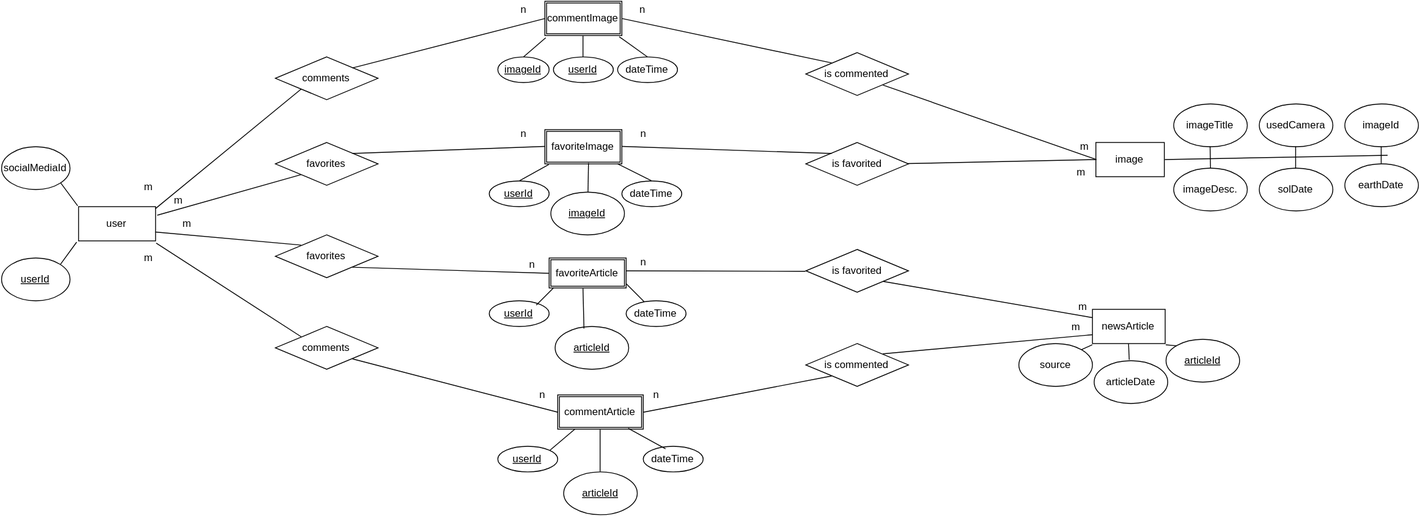
jordanv215/team-curiosity keeps this draw.io diagram as epic/media/entity-relationship-diagram.svg. Above is the earlier version. Source tidied: cells renumbered, new cells last; positions are measured from the earlier drawing's top-left corner, leaving out a move shared by most shapes.
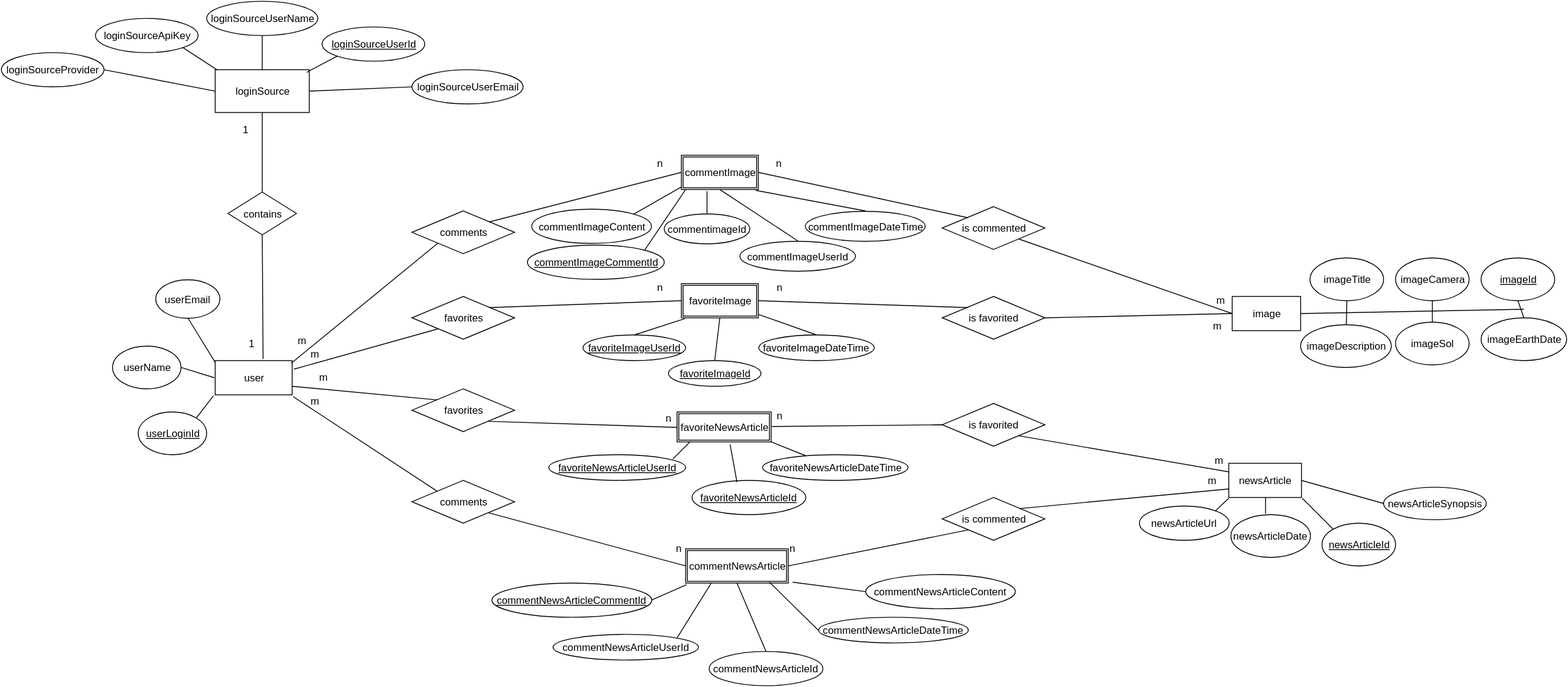
The same diagram one commit later.

What changed in the source:
```diff
@@ -25,6 +25,6 @@
     </mxCell>
-    <mxCell id="9" value="socialMediaId" style="ellipse;whiteSpace=wrap;html=1;" parent="1" vertex="1">
-      <mxGeometry y="170" width="80" height="50" as="geometry" />
+    <mxCell id="9" value="userName" style="ellipse;whiteSpace=wrap;html=1;" parent="1" vertex="1">
+      <mxGeometry x="-30" y="223" width="80" height="50" as="geometry" />
     </mxCell>
-    <mxCell id="10" value="&lt;u&gt;userId&lt;/u&gt;" style="ellipse;whiteSpace=wrap;html=1;" parent="1" vertex="1">
+    <mxCell id="10" value="&lt;u&gt;userLoginId&lt;/u&gt;" style="ellipse;whiteSpace=wrap;html=1;" parent="1" vertex="1">
       <mxGeometry y="300" width="80" height="50" as="geometry" />
@@ -34,3 +34,3 @@
     </mxCell>
-    <mxCell id="12" value="imageId" style="ellipse;whiteSpace=wrap;html=1;" parent="1" vertex="1">
+    <mxCell id="12" value="&lt;u&gt;imageId&lt;/u&gt;" style="ellipse;whiteSpace=wrap;html=1;" parent="1" vertex="1">
       <mxGeometry x="1570" y="120" width="86" height="50" as="geometry" />
@@ -40,4 +40,4 @@
     </mxCell>
-    <mxCell id="14" value="favoriteArticle" style="shape=ext;double=1;whiteSpace=wrap;html=1;" parent="1" vertex="1">
-      <mxGeometry x="640" y="300" width="90" height="35" as="geometry" />
+    <mxCell id="14" value="favoriteNewsArticle" style="shape=ext;double=1;whiteSpace=wrap;html=1;" parent="1" vertex="1">
+      <mxGeometry x="630" y="300" width="110" height="35" as="geometry" />
     </mxCell>
@@ -46,15 +46,15 @@
     </mxCell>
-    <mxCell id="16" value="commentArticle" style="shape=ext;double=1;whiteSpace=wrap;html=1;" parent="1" vertex="1">
-      <mxGeometry x="650" y="460" width="100" height="40" as="geometry" />
+    <mxCell id="16" value="commentNewsArticle" style="shape=ext;double=1;whiteSpace=wrap;html=1;" parent="1" vertex="1">
+      <mxGeometry x="640" y="460" width="120" height="40" as="geometry" />
     </mxCell>
-    <mxCell id="17" value="imageDesc." style="ellipse;whiteSpace=wrap;html=1;" parent="1" vertex="1">
-      <mxGeometry x="1370" y="195" width="86" height="50" as="geometry" />
+    <mxCell id="17" value="imageDescription" style="ellipse;whiteSpace=wrap;html=1;" parent="1" vertex="1">
+      <mxGeometry x="1359" y="198" width="106" height="50" as="geometry" />
     </mxCell>
-    <mxCell id="18" value="usedCamera" style="ellipse;whiteSpace=wrap;html=1;" parent="1" vertex="1">
+    <mxCell id="18" value="imageCamera" style="ellipse;whiteSpace=wrap;html=1;" parent="1" vertex="1">
       <mxGeometry x="1470" y="120" width="86" height="50" as="geometry" />
     </mxCell>
-    <mxCell id="19" value="earthDate" style="ellipse;whiteSpace=wrap;html=1;" parent="1" vertex="1">
-      <mxGeometry x="1570" y="190" width="86" height="50" as="geometry" />
+    <mxCell id="19" value="imageEarthDate" style="ellipse;whiteSpace=wrap;html=1;" parent="1" vertex="1">
+      <mxGeometry x="1570" y="190" width="100" height="50" as="geometry" />
     </mxCell>
-    <mxCell id="20" value="solDate" style="ellipse;whiteSpace=wrap;html=1;" parent="1" vertex="1">
+    <mxCell id="20" value="imageSol" style="ellipse;whiteSpace=wrap;html=1;" parent="1" vertex="1">
       <mxGeometry x="1470" y="195" width="86" height="50" as="geometry" />
@@ -64,7 +64,7 @@
     </mxCell>
-    <mxCell id="22" value="&lt;u&gt;articleId&lt;/u&gt;" style="ellipse;whiteSpace=wrap;html=1;" parent="1" vertex="1">
-      <mxGeometry x="1361" y="395" width="86" height="50" as="geometry" />
+    <mxCell id="22" value="&lt;u&gt;newsArticleId&lt;/u&gt;" style="ellipse;whiteSpace=wrap;html=1;" parent="1" vertex="1">
+      <mxGeometry x="1384" y="430" width="86" height="50" as="geometry" />
     </mxCell>
-    <mxCell id="23" value="source" style="ellipse;whiteSpace=wrap;html=1;" parent="1" vertex="1">
-      <mxGeometry x="1189" y="400" width="86" height="50" as="geometry" />
+    <mxCell id="23" value="newsArticleUrl" style="ellipse;whiteSpace=wrap;html=1;" parent="1" vertex="1">
+      <mxGeometry x="1170" y="410" width="105" height="40" as="geometry" />
     </mxCell>
@@ -73,4 +73,4 @@
     </mxCell>
-    <mxCell id="25" value="articleDate" style="ellipse;whiteSpace=wrap;html=1;" parent="1" vertex="1">
-      <mxGeometry x="1277" y="420" width="86" height="50" as="geometry" />
+    <mxCell id="25" value="newsArticleDate" style="ellipse;whiteSpace=wrap;html=1;" parent="1" vertex="1">
+      <mxGeometry x="1277" y="420" width="93" height="50" as="geometry" />
     </mxCell>
@@ -82,31 +82,33 @@
     </mxCell>
-    <mxCell id="28" value="dateTime" style="ellipse;whiteSpace=wrap;html=1;" parent="1" vertex="1">
-      <mxGeometry x="720" y="65" width="70" height="30" as="geometry" />
+    <mxCell id="28" value="commentImageDateTime" style="ellipse;whiteSpace=wrap;html=1;" parent="1" vertex="1">
+      <mxGeometry x="780" y="65" width="140" height="35" as="geometry" />
     </mxCell>
-    <mxCell id="29" value="&lt;u&gt;userId&lt;/u&gt;" style="ellipse;whiteSpace=wrap;html=1;" parent="1" vertex="1">
-      <mxGeometry x="645" y="65" width="70" height="30" as="geometry" />
+    <mxCell id="29" value="commentImageUserId" style="ellipse;whiteSpace=wrap;html=1;" parent="1" vertex="1">
+      <mxGeometry x="703" y="100" width="135" height="35" as="geometry" />
     </mxCell>
-    <mxCell id="30" value="&lt;u&gt;imageId&lt;/u&gt;" style="ellipse;whiteSpace=wrap;html=1;" parent="1" vertex="1">
-      <mxGeometry x="580" y="65" width="60" height="30" as="geometry" />
+    <mxCell id="30" value="commentimageId" style="ellipse;whiteSpace=wrap;html=1;" parent="1" vertex="1">
+      <mxGeometry x="615" y="68" width="100" height="35" as="geometry" />
     </mxCell>
-    <mxCell id="31" value="dateTime" style="ellipse;whiteSpace=wrap;html=1;" parent="1" vertex="1">
-      <mxGeometry x="730" y="350" width="70" height="30" as="geometry" />
+    <mxCell id="31" value="favoriteNewsArticleDateTime" style="ellipse;whiteSpace=wrap;html=1;" parent="1" vertex="1">
+      <mxGeometry x="730" y="350" width="170" height="30" as="geometry" />
     </mxCell>
-    <mxCell id="32" value="dateTime" style="ellipse;whiteSpace=wrap;html=1;" parent="1" vertex="1">
-      <mxGeometry x="750" y="520" width="70" height="30" as="geometry" />
+    <mxCell id="32" value="commentNewsArticleDateTime" style="ellipse;whiteSpace=wrap;html=1;" parent="1" vertex="1">
+      <mxGeometry x="795" y="540" width="175" height="30" as="geometry" />
     </mxCell>
-    <mxCell id="33" value="dateTime" style="ellipse;whiteSpace=wrap;html=1;" parent="1" vertex="1">
-      <mxGeometry x="725" y="210" width="70" height="30" as="geometry" />
+    <mxCell id="33" value="favoriteImageDateTime" style="ellipse;whiteSpace=wrap;html=1;" parent="1" vertex="1">
+      <mxGeometry x="725" y="210" width="135" height="30" as="geometry" />
     </mxCell>
-    <mxCell id="34" value="&lt;u&gt;userId&lt;/u&gt;" style="ellipse;whiteSpace=wrap;html=1;" parent="1" vertex="1">
-      <mxGeometry x="570" y="210" width="70" height="30" as="geometry" />
+    <mxCell id="34" value="&lt;u&gt;favoriteImageUserId&lt;/u&gt;" style="ellipse;whiteSpace=wrap;html=1;" parent="1" vertex="1">
+      <mxGeometry x="520" y="210" width="120" height="30" as="geometry" />
     </mxCell>
-    <mxCell id="35" value="&lt;u&gt;userId&lt;/u&gt;" style="ellipse;whiteSpace=wrap;html=1;" parent="1" vertex="1">
-      <mxGeometry x="570" y="350" width="70" height="30" as="geometry" />
+    <mxCell id="35" value="&lt;u&gt;favoriteNewsArticleUserId&lt;/u&gt;" style="ellipse;whiteSpace=wrap;html=1;" parent="1" vertex="1">
+      <mxGeometry x="480" y="350" width="160" height="30" as="geometry" />
     </mxCell>
-    <mxCell id="36" style="endArrow=none;html=1;entryX=0.011;entryY=1.05;entryPerimeter=0;exitX=0.5;exitY=0;" parent="1" edge="1" source="30" target="11">
-      <mxGeometry relative="1" as="geometry" />
+    <mxCell id="36" style="endArrow=none;html=1;exitX=0.5;exitY=0;" parent="1" edge="1" source="30">
+      <mxGeometry relative="1" as="geometry">
+        <mxPoint x="665" y="42" as="targetPoint" />
+      </mxGeometry>
     </mxCell>
-    <mxCell id="37" value="&lt;u&gt;userId&lt;/u&gt;" style="ellipse;whiteSpace=wrap;html=1;" parent="1" vertex="1">
-      <mxGeometry x="580" y="520" width="70" height="30" as="geometry" />
+    <mxCell id="37" value="commentNewsArticleUserId" style="ellipse;whiteSpace=wrap;html=1;" parent="1" vertex="1">
+      <mxGeometry x="485" y="560" width="170" height="30" as="geometry" />
     </mxCell>
@@ -118,7 +120,9 @@
     </mxCell>
-    <mxCell id="40" value="&lt;u&gt;imageId&lt;/u&gt;" style="ellipse;whiteSpace=wrap;html=1;" parent="1" vertex="1">
-      <mxGeometry x="642" y="223" width="86" height="50" as="geometry" />
+    <mxCell id="40" value="&lt;u&gt;favoriteImageId&lt;/u&gt;" style="ellipse;whiteSpace=wrap;html=1;" parent="1" vertex="1">
+      <mxGeometry x="620" y="240" width="108" height="30" as="geometry" />
     </mxCell>
-    <mxCell id="41" style="endArrow=none;html=1;exitX=-0.011;exitY=-0.025;exitPerimeter=0;entryX=1;entryY=1;" parent="1" edge="1" source="4" target="9">
-      <mxGeometry relative="1" as="geometry" />
+    <mxCell id="41" style="endArrow=none;html=1;entryX=1;entryY=0.5;" parent="1" edge="1" target="9">
+      <mxGeometry relative="1" as="geometry">
+        <mxPoint x="89" y="260" as="sourcePoint" />
+      </mxGeometry>
     </mxCell>
@@ -135,7 +139,7 @@
     </mxCell>
-    <mxCell id="45" value="&lt;u&gt;articleId&lt;/u&gt;" style="ellipse;whiteSpace=wrap;html=1;" parent="1" vertex="1">
-      <mxGeometry x="647" y="380" width="86" height="50" as="geometry" />
+    <mxCell id="45" value="&lt;u&gt;favoriteNewsArticleId&lt;/u&gt;" style="ellipse;whiteSpace=wrap;html=1;" parent="1" vertex="1">
+      <mxGeometry x="647" y="380" width="133" height="40" as="geometry" />
     </mxCell>
-    <mxCell id="46" value="&lt;u&gt;articleId&lt;/u&gt;" style="ellipse;whiteSpace=wrap;html=1;" parent="1" vertex="1">
-      <mxGeometry x="657" y="550" width="86" height="50" as="geometry" />
+    <mxCell id="46" value="commentNewsArticleId" style="ellipse;whiteSpace=wrap;html=1;" parent="1" vertex="1">
+      <mxGeometry x="667" y="580" width="133" height="40" as="geometry" />
     </mxCell>
@@ -153,3 +157,3 @@
     </mxCell>
-    <mxCell id="50" style="endArrow=none;html=1;entryX=0.433;entryY=1.029;entryPerimeter=0;exitX=0.395;exitY=0.06;exitPerimeter=0;" parent="1" edge="1" source="45" target="14">
+    <mxCell id="50" style="endArrow=none;html=1;entryX=0.564;entryY=1.086;entryPerimeter=0;exitX=0.395;exitY=0.06;exitPerimeter=0;" parent="1" edge="1" source="45" target="14">
       <mxGeometry relative="1" as="geometry" />
@@ -162,6 +166,4 @@
     </mxCell>
-    <mxCell id="53" style="endArrow=none;html=1;" parent="1" edge="1" target="31">
-      <mxGeometry relative="1" as="geometry">
-        <mxPoint x="730" y="330" as="sourcePoint" />
-      </mxGeometry>
+    <mxCell id="53" style="endArrow=none;html=1;exitX=1;exitY=1;exitPerimeter=0;" parent="1" edge="1" source="14" target="31">
+      <mxGeometry relative="1" as="geometry" />
     </mxCell>
@@ -178,6 +180,4 @@
     </mxCell>
-    <mxCell id="57" style="endArrow=none;html=1;exitX=0.5;exitY=0;" parent="1" edge="1" source="40">
-      <mxGeometry relative="1" as="geometry">
-        <mxPoint x="686" y="189" as="targetPoint" />
-      </mxGeometry>
+    <mxCell id="57" style="endArrow=none;html=1;exitX=0.5;exitY=0;entryX=0.5;entryY=1;" parent="1" edge="1" source="40" target="13">
+      <mxGeometry relative="1" as="geometry" />
     </mxCell>
@@ -186,6 +186,4 @@
     </mxCell>
-    <mxCell id="59" style="endArrow=none;html=1;exitX=0.82;exitY=0.975;exitPerimeter=0;" parent="1" edge="1" source="16">
-      <mxGeometry relative="1" as="geometry">
-        <mxPoint x="776" y="523" as="targetPoint" />
-      </mxGeometry>
+    <mxCell id="59" style="endArrow=none;html=1;exitX=0.82;exitY=0.975;exitPerimeter=0;entryX=0;entryY=0.5;" parent="1" edge="1" source="16" target="32">
+      <mxGeometry relative="1" as="geometry" />
     </mxCell>
@@ -203,6 +201,4 @@
     </mxCell>
-    <mxCell id="64" style="endArrow=none;html=1;entryX=0;entryY=0.5;" parent="1" edge="1" target="7">
-      <mxGeometry relative="1" as="geometry">
-        <mxPoint x="730" y="315" as="sourcePoint" />
-      </mxGeometry>
+    <mxCell id="64" style="endArrow=none;html=1;entryX=0;entryY=0.5;exitX=-0.2;exitY=1.1;exitPerimeter=0;" parent="1" edge="1" source="90" target="7">
+      <mxGeometry relative="1" as="geometry" />
     </mxCell>
@@ -273,3 +269,3 @@
     <mxCell id="85" value="m" style="text;html=1;align=left;verticalAlign=top;spacingTop=-4;" parent="1" vertex="1">
-      <mxGeometry x="165" y="207" width="30" height="20" as="geometry" />
+      <mxGeometry x="185" y="207" width="30" height="20" as="geometry" />
     </mxCell>
@@ -282,3 +278,3 @@
     <mxCell id="88" value="m" style="text;html=1;align=left;verticalAlign=top;spacingTop=-4;" parent="1" vertex="1">
-      <mxGeometry x="165" y="290" width="30" height="20" as="geometry" />
+      <mxGeometry x="200" y="278" width="30" height="20" as="geometry" />
     </mxCell>
@@ -296,2 +292,90 @@
     </mxCell>
+    <mxCell id="93" value="userEmail" style="ellipse;whiteSpace=wrap;html=1;" parent="1" vertex="1">
+      <mxGeometry x="20" y="145" width="75" height="45" as="geometry" />
+    </mxCell>
+    <mxCell id="94" style="endArrow=none;html=1;entryX=0;entryY=0.05;entryPerimeter=0;exitX=0.5;exitY=1;" parent="1" edge="1" source="93" target="4">
+      <mxGeometry relative="1" as="geometry" />
+    </mxCell>
+    <mxCell id="95" value="&lt;u&gt;commentImageCommentId&lt;/u&gt;" style="ellipse;whiteSpace=wrap;html=1;" parent="1" vertex="1">
+      <mxGeometry x="455" y="105" width="160" height="40" as="geometry" />
+    </mxCell>
+    <mxCell id="96" value="commentImageContent&lt;br&gt;" style="ellipse;whiteSpace=wrap;html=1;" parent="1" vertex="1">
+      <mxGeometry x="460" y="63" width="140" height="40" as="geometry" />
+    </mxCell>
+    <mxCell id="97" style="endArrow=none;html=1;entryX=0;entryY=0.925;entryPerimeter=0;exitX=1;exitY=0;" parent="1" edge="1" source="96" target="11">
+      <mxGeometry relative="1" as="geometry" />
+    </mxCell>
+    <mxCell id="98" style="endArrow=none;html=1;exitX=1;exitY=0;" parent="1" edge="1" source="95">
+      <mxGeometry relative="1" as="geometry">
+        <mxPoint x="640" y="40" as="targetPoint" />
+      </mxGeometry>
+    </mxCell>
+    <mxCell id="99" value="commentNewsArticleContent&lt;br&gt;" style="ellipse;whiteSpace=wrap;html=1;" parent="1" vertex="1">
+      <mxGeometry x="850" y="490" width="175" height="40" as="geometry" />
+    </mxCell>
+    <mxCell id="100" value="&lt;u&gt;commentNewsArticleCommentId&lt;/u&gt;" style="ellipse;whiteSpace=wrap;html=1;" parent="1" vertex="1">
+      <mxGeometry x="413" y="500" width="187" height="40" as="geometry" />
+    </mxCell>
+    <mxCell id="101" style="endArrow=none;html=1;entryX=0.01;entryY=1.05;entryPerimeter=0;exitX=1;exitY=0.5;" parent="1" edge="1" source="100" target="16">
+      <mxGeometry relative="1" as="geometry" />
+    </mxCell>
+    <mxCell id="102" style="endArrow=none;html=1;entryX=0;entryY=0.5;exitX=1.04;exitY=0.975;exitPerimeter=0;" parent="1" edge="1" source="16" target="99">
+      <mxGeometry relative="1" as="geometry" />
+    </mxCell>
+    <mxCell id="103" value="newsArticleSynopsis" style="ellipse;whiteSpace=wrap;html=1;" parent="1" vertex="1">
+      <mxGeometry x="1456" y="388" width="120" height="38" as="geometry" />
+    </mxCell>
+    <mxCell id="104" style="endArrow=none;html=1;entryX=0;entryY=0.5;exitX=1;exitY=0.5;" parent="1" edge="1" source="2" target="103">
+      <mxGeometry relative="1" as="geometry" />
+    </mxCell>
+    <mxCell id="105" value="loginSource" style="whiteSpace=wrap;html=1;" parent="1" vertex="1">
+      <mxGeometry x="90" y="-100" width="110" height="50" as="geometry" />
+    </mxCell>
+    <mxCell id="106" value="contains" style="rhombus;whiteSpace=wrap;html=1;" parent="1" vertex="1">
+      <mxGeometry x="105" y="43" width="80" height="50" as="geometry" />
+    </mxCell>
+    <mxCell id="107" value="loginSourceProvider" style="ellipse;whiteSpace=wrap;html=1;" parent="1" vertex="1">
+      <mxGeometry x="-160" y="-120" width="120" height="40" as="geometry" />
+    </mxCell>
+    <mxCell id="108" value="loginSourceApiKey" style="ellipse;whiteSpace=wrap;html=1;" parent="1" vertex="1">
+      <mxGeometry x="-50" y="-160" width="120" height="40" as="geometry" />
+    </mxCell>
+    <mxCell id="109" value="&lt;u&gt;loginSourceUserId&lt;/u&gt;" style="ellipse;whiteSpace=wrap;html=1;" parent="1" vertex="1">
+      <mxGeometry x="215" y="-150" width="120" height="40" as="geometry" />
+    </mxCell>
+    <mxCell id="110" value="loginSourceUserName" style="ellipse;whiteSpace=wrap;html=1;" parent="1" vertex="1">
+      <mxGeometry x="80" y="-180" width="130" height="40" as="geometry" />
+    </mxCell>
+    <mxCell id="111" value="loginSourceUserEmail" style="ellipse;whiteSpace=wrap;html=1;" parent="1" vertex="1">
+      <mxGeometry x="320" y="-100" width="130" height="40" as="geometry" />
+    </mxCell>
+    <mxCell id="112" style="endArrow=none;html=1;exitX=0;exitY=0.5;entryX=1;entryY=0.5;" parent="1" edge="1" source="105" target="107">
+      <mxGeometry relative="1" as="geometry" />
+    </mxCell>
+    <mxCell id="113" style="endArrow=none;html=1;entryX=0.018;entryY=0;entryPerimeter=0;exitX=1;exitY=1;" parent="1" edge="1" source="108" target="105">
+      <mxGeometry relative="1" as="geometry" />
+    </mxCell>
+    <mxCell id="114" style="endArrow=none;html=1;entryX=0.5;entryY=1;exitX=0.5;exitY=0;" parent="1" edge="1" source="105" target="110">
+      <mxGeometry relative="1" as="geometry" />
+    </mxCell>
+    <mxCell id="115" style="endArrow=none;html=1;entryX=0;entryY=1;" parent="1" edge="1" target="109">
+      <mxGeometry relative="1" as="geometry">
+        <mxPoint x="197" y="-97" as="sourcePoint" />
+      </mxGeometry>
+    </mxCell>
+    <mxCell id="116" style="endArrow=none;html=1;exitX=0.5;exitY=0;entryX=0.5;entryY=1;" parent="1" edge="1" source="106" target="105">
+      <mxGeometry relative="1" as="geometry" />
+    </mxCell>
+    <mxCell id="117" style="endArrow=none;html=1;exitX=0.5;exitY=1;entryX=0.617;entryY=-0.057;entryPerimeter=0;" parent="1" edge="1" source="106" target="4">
+      <mxGeometry relative="1" as="geometry" />
+    </mxCell>
+    <mxCell id="118" style="endArrow=none;html=1;exitX=1;exitY=0.5;entryX=0;entryY=0.5;" parent="1" edge="1" source="105" target="111">
+      <mxGeometry relative="1" as="geometry" />
+    </mxCell>
+    <mxCell id="119" value="1" style="text;html=1;strokeColor=none;fillColor=none;align=center;verticalAlign=middle;whiteSpace=wrap;overflow=hidden;" parent="1" vertex="1">
+      <mxGeometry x="110" y="-40" width="30" height="20" as="geometry" />
+    </mxCell>
+    <mxCell id="120" value="1" style="text;html=1;strokeColor=none;fillColor=none;align=center;verticalAlign=middle;whiteSpace=wrap;overflow=hidden;" parent="1" vertex="1">
+      <mxGeometry x="120" y="210" width="25" height="20" as="geometry" />
+    </mxCell>
   </root>
```
